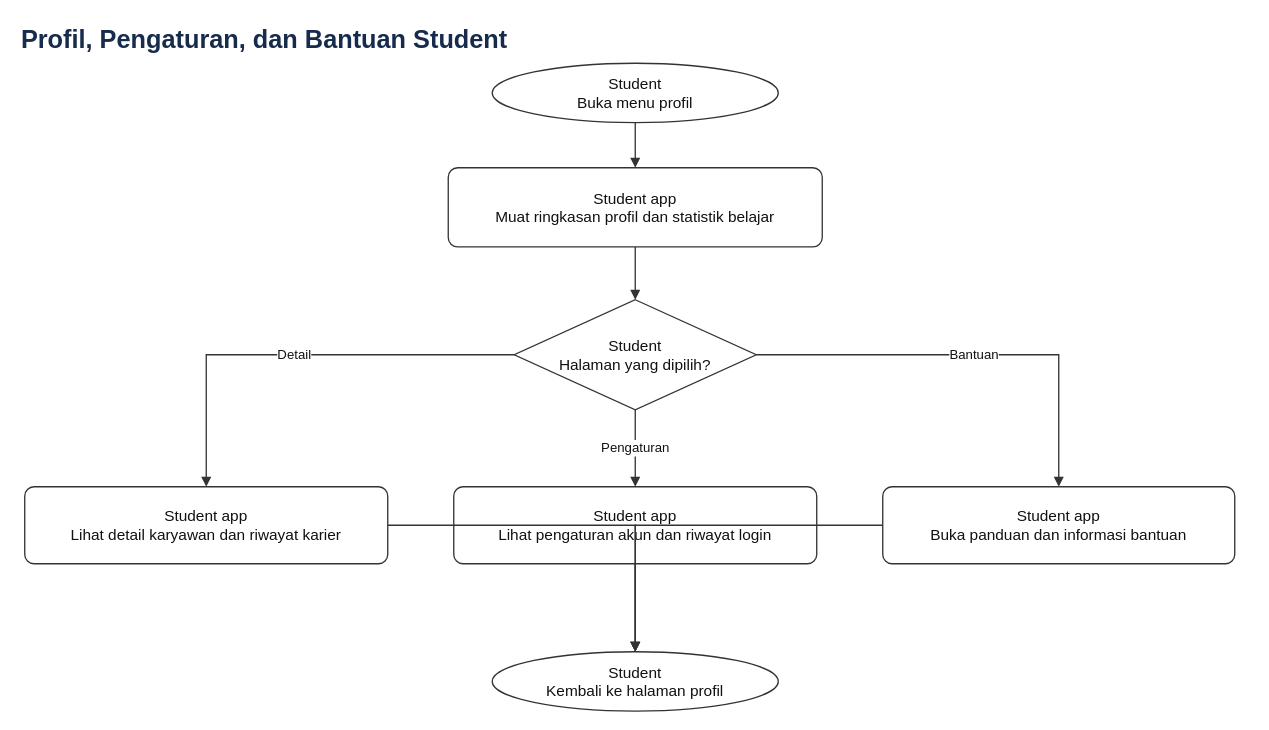
This is docs/diagrams/12-student-profile-support.drawio from ammarmfirdaus-hue/DENSO-LMS, a draw.io file, before an edit. Source tidied: cells renumbered, new cells numbered last; positions are measured from the earlier drawing's top-left corner, leaving out a move shared by most shapes. Both pictures are drawn from the tidied source at 110%, with x=0, y=0 at pixel (19, 19).
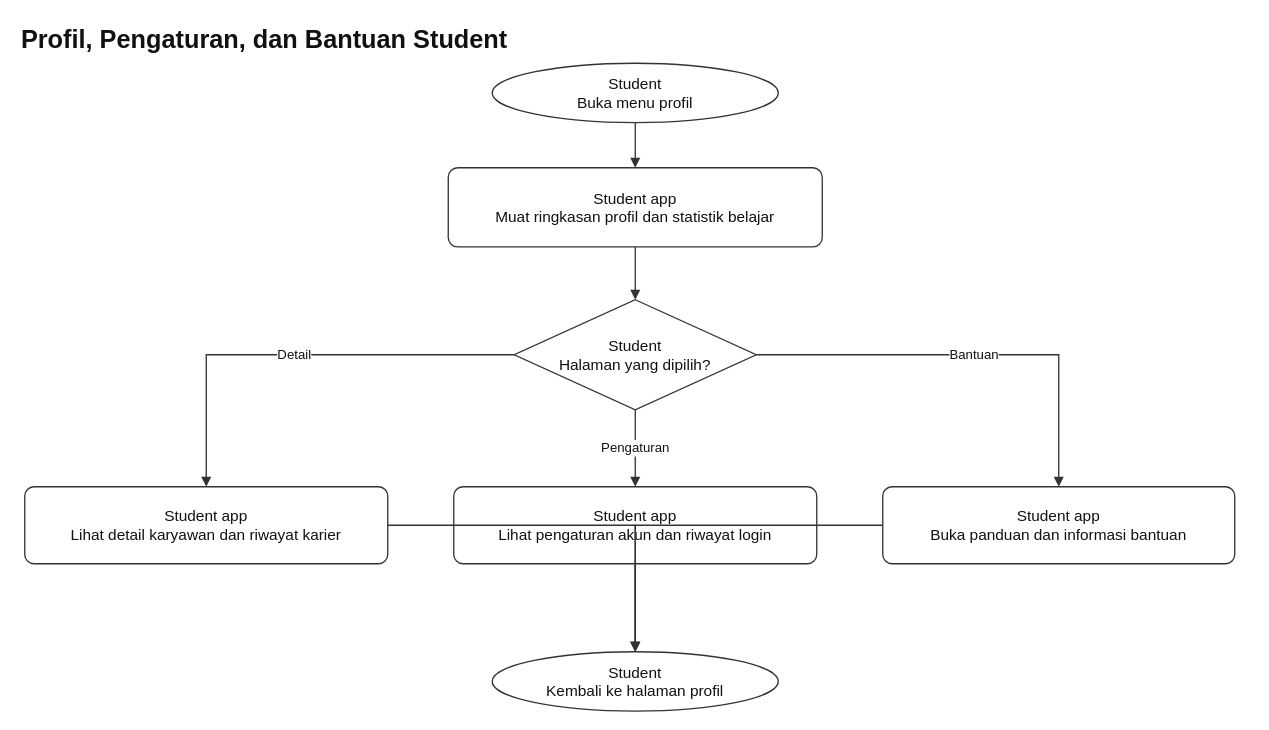
The same page after the edit.

Diff of the diagram source:
```diff
@@
 <mxGraphModel>
   <root>
     <mxCell id="0" />
     <mxCell id="1" parent="0" />
-    <mxCell id="2" value="Profil, Pengaturan, dan Bantuan Student" style="text;html=1;align=left;verticalAlign=middle;whiteSpace=wrap;rounded=0;strokeColor=none;fillColor=none;fontSize=23;fontStyle=1;fontColor=#172b4d;" parent="1" vertex="1">
+    <mxCell id="2" value="Profil, Pengaturan, dan Bantuan Student" style="text;html=1;align=left;verticalAlign=middle;whiteSpace=wrap;rounded=0;strokeColor=none;fillColor=none;fontSize=23;fontStyle=1;fontColor=#111111;" parent="1" vertex="1">
       <mxGeometry width="1120" height="38" as="geometry" />
     </mxCell>
     <mxCell id="3" value="Student&#10;Buka menu profil" style="shape=ellipse;whiteSpace=wrap;html=1;align=center;verticalAlign=middle;strokeColor=#333333;strokeWidth=1.2;fillColor=#ffffff;fontColor=#111111;fontSize=14;spacing=8;shadow=0;" parent="1" vertex="1">
       <mxGeometry x="430" y="40" width="260" height="54" as="geometry" />
     </mxCell>
     <mxCell id="4" value="Student app&#10;Muat ringkasan profil dan statistik belajar" style="rounded=1;arcSize=12;whiteSpace=wrap;html=1;align=center;verticalAlign=middle;strokeColor=#333333;strokeWidth=1.2;fillColor=#ffffff;fontColor=#111111;fontSize=14;spacing=8;shadow=0;" parent="1" vertex="1">
       <mxGeometry x="390" y="135" width="340" height="72" as="geometry" />
     </mxCell>
     <mxCell id="5" value="Student&#10;Halaman yang dipilih?" style="shape=rhombus;whiteSpace=wrap;html=1;align=center;verticalAlign=middle;strokeColor=#333333;strokeWidth=1.2;fillColor=#ffffff;fontColor=#111111;fontSize=14;spacing=8;shadow=0;" parent="1" vertex="1">
       <mxGeometry x="450" y="255" width="220" height="100" as="geometry" />
     </mxCell>
     <mxCell id="6" value="Student app&#10;Lihat detail karyawan dan riwayat karier" style="rounded=1;arcSize=12;whiteSpace=wrap;html=1;align=center;verticalAlign=middle;strokeColor=#333333;strokeWidth=1.2;fillColor=#ffffff;fontColor=#111111;fontSize=14;spacing=8;shadow=0;" parent="1" vertex="1">
       <mxGeometry x="5" y="425" width="330" height="70" as="geometry" />
     </mxCell>
     <mxCell id="7" value="Student app&#10;Lihat pengaturan akun dan riwayat login" style="rounded=1;arcSize=12;whiteSpace=wrap;html=1;align=center;verticalAlign=middle;strokeColor=#333333;strokeWidth=1.2;fillColor=#ffffff;fontColor=#111111;fontSize=14;spacing=8;shadow=0;" parent="1" vertex="1">
       <mxGeometry x="395" y="425" width="330" height="70" as="geometry" />
     </mxCell>
     <mxCell id="8" value="Student app&#10;Buka panduan dan informasi bantuan" style="rounded=1;arcSize=12;whiteSpace=wrap;html=1;align=center;verticalAlign=middle;strokeColor=#333333;strokeWidth=1.2;fillColor=#ffffff;fontColor=#111111;fontSize=14;spacing=8;shadow=0;" parent="1" vertex="1">
       <mxGeometry x="785" y="425" width="320" height="70" as="geometry" />
     </mxCell>
     <mxCell id="9" value="Student&#10;Kembali ke halaman profil" style="shape=ellipse;whiteSpace=wrap;html=1;align=center;verticalAlign=middle;strokeColor=#333333;strokeWidth=1.2;fillColor=#ffffff;fontColor=#111111;fontSize=14;spacing=8;shadow=0;" parent="1" vertex="1">
       <mxGeometry x="430" y="575" width="260" height="54" as="geometry" />
     </mxCell>
     <mxCell id="10" style="edgeStyle=orthogonalEdgeStyle;rounded=0;jettySize=auto;html=1;strokeColor=#333333;strokeWidth=1.2;fontColor=#111111;fontSize=12;labelBackgroundColor=#ffffff;endArrow=block;endFill=1;" parent="1" edge="1" source="3" target="4">
       <mxGeometry relative="1" as="geometry" />
     </mxCell>
     <mxCell id="11" style="edgeStyle=orthogonalEdgeStyle;rounded=0;jettySize=auto;html=1;strokeColor=#333333;strokeWidth=1.2;fontColor=#111111;fontSize=12;labelBackgroundColor=#ffffff;endArrow=block;endFill=1;" parent="1" edge="1" source="4" target="5">
       <mxGeometry relative="1" as="geometry" />
     </mxCell>
     <mxCell id="12" value="Detail" style="edgeStyle=orthogonalEdgeStyle;rounded=0;jettySize=auto;html=1;strokeColor=#333333;strokeWidth=1.2;fontColor=#111111;fontSize=12;labelBackgroundColor=#ffffff;endArrow=block;endFill=1;" parent="1" edge="1" source="5" target="6">
       <mxGeometry relative="1" as="geometry" />
     </mxCell>
     <mxCell id="13" value="Pengaturan" style="edgeStyle=orthogonalEdgeStyle;rounded=0;jettySize=auto;html=1;strokeColor=#333333;strokeWidth=1.2;fontColor=#111111;fontSize=12;labelBackgroundColor=#ffffff;endArrow=block;endFill=1;" parent="1" edge="1" source="5" target="7">
       <mxGeometry relative="1" as="geometry" />
     </mxCell>
     <mxCell id="14" value="Bantuan" style="edgeStyle=orthogonalEdgeStyle;rounded=0;jettySize=auto;html=1;strokeColor=#333333;strokeWidth=1.2;fontColor=#111111;fontSize=12;labelBackgroundColor=#ffffff;endArrow=block;endFill=1;" parent="1" edge="1" source="5" target="8">
       <mxGeometry relative="1" as="geometry" />
     </mxCell>
     <mxCell id="15" style="edgeStyle=orthogonalEdgeStyle;rounded=0;jettySize=auto;html=1;strokeColor=#333333;strokeWidth=1.2;fontColor=#111111;fontSize=12;labelBackgroundColor=#ffffff;endArrow=block;endFill=1;" parent="1" edge="1" source="6" target="9">
       <mxGeometry relative="1" as="geometry" />
     </mxCell>
     <mxCell id="16" style="edgeStyle=orthogonalEdgeStyle;rounded=0;jettySize=auto;html=1;strokeColor=#333333;strokeWidth=1.2;fontColor=#111111;fontSize=12;labelBackgroundColor=#ffffff;endArrow=block;endFill=1;" parent="1" edge="1" source="7" target="9">
       <mxGeometry relative="1" as="geometry" />
     </mxCell>
     <mxCell id="17" style="edgeStyle=orthogonalEdgeStyle;rounded=0;jettySize=auto;html=1;strokeColor=#333333;strokeWidth=1.2;fontColor=#111111;fontSize=12;labelBackgroundColor=#ffffff;endArrow=block;endFill=1;" parent="1" edge="1" source="8" target="9">
       <mxGeometry relative="1" as="geometry" />
     </mxCell>
   </root>
 </mxGraphModel>
```
